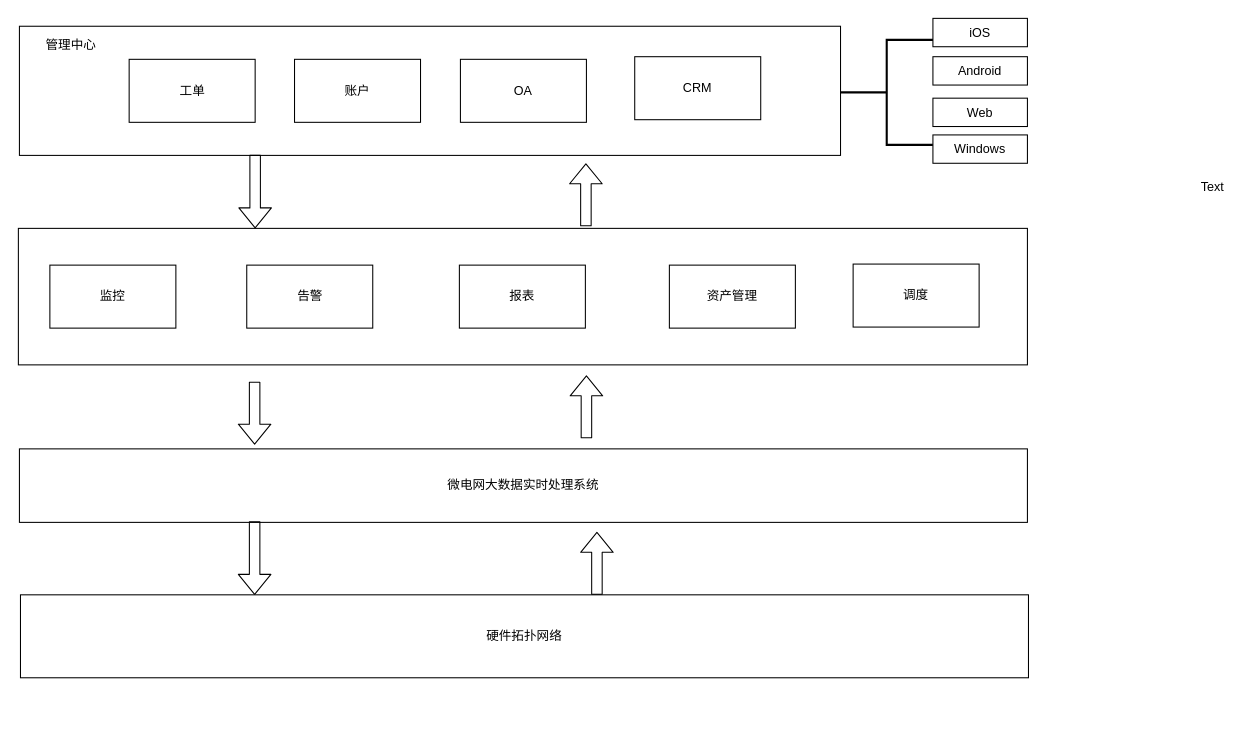
The draw.io diagram page "产品 - 简版" (3 of 4) of microgrid.drawio in Standstill/DrawIO, before the edit. Source tidied: cells renumbered, new cells numbered last; positions are measured from the earlier drawing's top-left corner, leaving out a move shared by most shapes. Both pictures are drawn from the tidied source at 105%, with x=0, y=0 at pixel (18, 18).
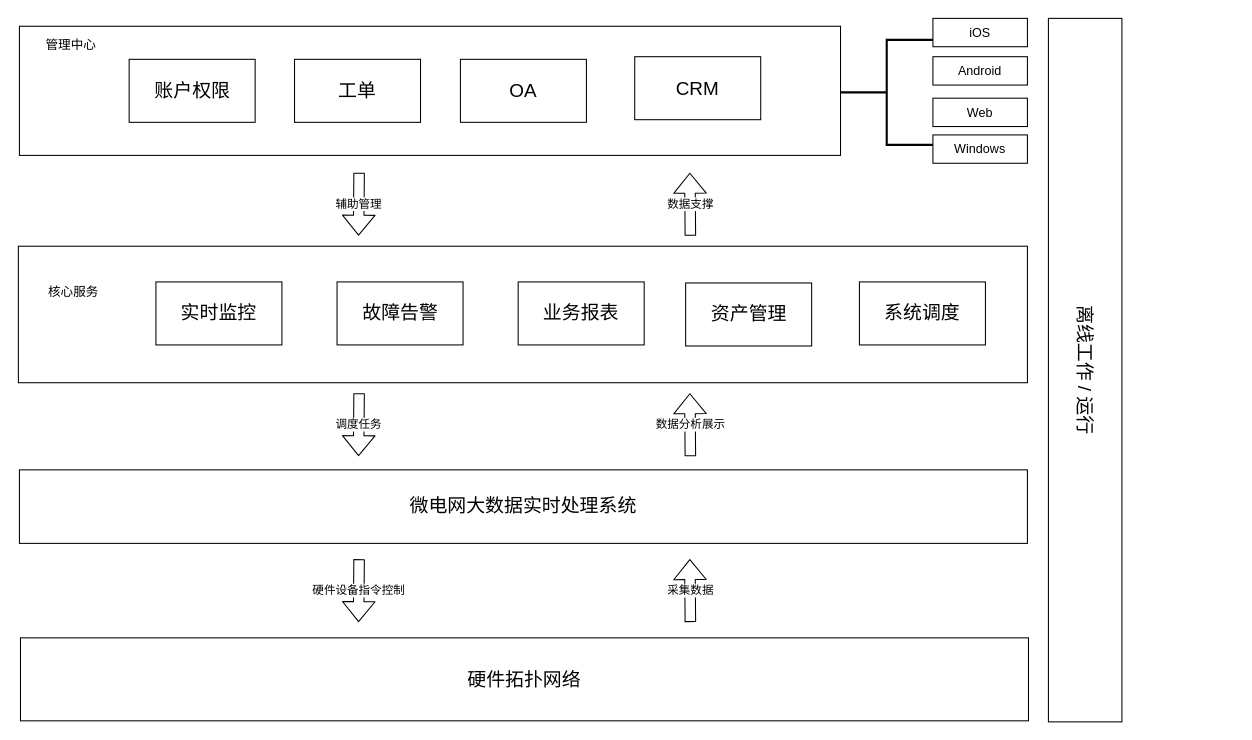
The same page after the edit.

What changed in the source:
```diff
@@
-    <mxCell id="2" value="硬件拓扑网络" style="rounded=0;whiteSpace=wrap;html=1;" parent="1" vertex="1">
-      <mxGeometry x="2" y="549" width="960" height="79" as="geometry" />
+    <mxCell id="2" value="硬件拓扑网络" style="rounded=0;whiteSpace=wrap;html=1;fontSize=18;" parent="1" vertex="1">
+      <mxGeometry x="2" y="590" width="960" height="79" as="geometry" />
     </mxCell>
@@
-    <mxCell id="4" value="工单" style="rounded=0;whiteSpace=wrap;html=1;" parent="1" vertex="1">
+    <mxCell id="4" value="账户权限" style="rounded=0;whiteSpace=wrap;html=1;fontSize=18;" parent="1" vertex="1">
       <mxGeometry x="105.5" y="39" width="120" height="60" as="geometry" />
     </mxCell>
-    <mxCell id="5" value="账户" style="rounded=0;whiteSpace=wrap;html=1;" parent="1" vertex="1">
+    <mxCell id="5" value="&lt;span style=&quot;white-space: normal; font-size: 18px;&quot;&gt;工单&lt;/span&gt;" style="rounded=0;whiteSpace=wrap;html=1;fontSize=18;" parent="1" vertex="1">
       <mxGeometry x="263" y="39" width="120" height="60" as="geometry" />
     </mxCell>
-    <mxCell id="6" value="OA" style="rounded=0;whiteSpace=wrap;html=1;" parent="1" vertex="1">
+    <mxCell id="6" value="OA" style="rounded=0;whiteSpace=wrap;html=1;fontSize=18;" parent="1" vertex="1">
       <mxGeometry x="421" y="39" width="120" height="60" as="geometry" />
     </mxCell>
-    <mxCell id="7" value="CRM" style="rounded=0;whiteSpace=wrap;html=1;" parent="1" vertex="1">
+    <mxCell id="7" value="CRM" style="rounded=0;whiteSpace=wrap;html=1;fontSize=18;" parent="1" vertex="1">
       <mxGeometry x="587" y="36.5" width="120" height="60" as="geometry" />
     </mxCell>
@@
-    <mxCell id="9" value="微电网大数据实时处理系统" style="rounded=0;whiteSpace=wrap;html=1;" parent="1" vertex="1">
-      <mxGeometry x="1" y="410" width="960" height="70" as="geometry" />
+    <mxCell id="9" value="微电网大数据实时处理系统" style="rounded=0;whiteSpace=wrap;html=1;fontSize=18;" parent="1" vertex="1">
+      <mxGeometry x="1" y="430" width="960" height="70" as="geometry" />
     </mxCell>
-    <mxCell id="10" style="rounded=0;whiteSpace=wrap;html=1;" parent="1" vertex="1">
-      <mxGeometry y="200" width="961" height="130" as="geometry" />
+    <mxCell id="10" value="&amp;nbsp; &amp;nbsp; &amp;nbsp; &amp;nbsp; 核心服务&lt;br&gt;&lt;br&gt;&lt;br&gt;&lt;br&gt;" style="rounded=0;whiteSpace=wrap;html=1;align=left;" parent="1" vertex="1">
+      <mxGeometry y="217" width="961" height="130" as="geometry" />
     </mxCell>
-    <mxCell id="11" value="监控" style="rounded=0;whiteSpace=wrap;html=1;" parent="1" vertex="1">
-      <mxGeometry x="30" y="235" width="120" height="60" as="geometry" />
+    <mxCell id="11" value="实时监控" style="rounded=0;whiteSpace=wrap;html=1;fontSize=18;" parent="1" vertex="1">
+      <mxGeometry x="131" y="251" width="120" height="60" as="geometry" />
     </mxCell>
-    <mxCell id="12" value="告警" style="rounded=0;whiteSpace=wrap;html=1;" parent="1" vertex="1">
-      <mxGeometry x="217.5" y="235" width="120" height="60" as="geometry" />
+    <mxCell id="12" value="故障告警" style="rounded=0;whiteSpace=wrap;html=1;fontSize=18;" parent="1" vertex="1">
+      <mxGeometry x="303.5" y="251" width="120" height="60" as="geometry" />
     </mxCell>
-    <mxCell id="13" value="报表" style="rounded=0;whiteSpace=wrap;html=1;" parent="1" vertex="1">
-      <mxGeometry x="420" y="235" width="120" height="60" as="geometry" />
+    <mxCell id="13" value="业务报表" style="rounded=0;whiteSpace=wrap;html=1;fontSize=18;" parent="1" vertex="1">
+      <mxGeometry x="476" y="251" width="120" height="60" as="geometry" />
     </mxCell>
-    <mxCell id="14" value="资产管理" style="rounded=0;whiteSpace=wrap;html=1;" parent="1" vertex="1">
-      <mxGeometry x="620" y="235" width="120" height="60" as="geometry" />
+    <mxCell id="14" value="资产管理" style="rounded=0;whiteSpace=wrap;html=1;fontSize=18;" parent="1" vertex="1">
+      <mxGeometry x="635.5" y="252" width="120" height="60" as="geometry" />
     </mxCell>
-    <mxCell id="15" value="调度" style="rounded=0;whiteSpace=wrap;html=1;" parent="1" vertex="1">
-      <mxGeometry x="795" y="234" width="120" height="60" as="geometry" />
+    <mxCell id="15" value="系统调度" style="rounded=0;whiteSpace=wrap;html=1;fontSize=18;" parent="1" vertex="1">
+      <mxGeometry x="801" y="251" width="120" height="60" as="geometry" />
     </mxCell>
@@
-    <mxCell id="20" value="Text" style="text;html=1;align=center;verticalAlign=middle;" parent="1" vertex="1">
-      <mxGeometry x="1117" y="151" width="40" height="20" as="geometry" />
-    </mxCell>
-    <mxCell id="21" style="shape=flexArrow;endArrow=classic;html=1;" parent="1" edge="1">
+    <mxCell id="21" value="数据支撑" style="shape=flexArrow;endArrow=classic;html=1;" parent="1" edge="1">
       <mxGeometry relative="1" as="geometry">
-        <mxPoint x="540.5" y="198" as="sourcePoint" />
-        <mxPoint x="540.5" y="138" as="targetPoint" />
+        <mxPoint x="640" y="207" as="sourcePoint" />
+        <mxPoint x="639.5" y="147" as="targetPoint" />
       </mxGeometry>
     </mxCell>
-    <mxCell id="22" style="shape=flexArrow;endArrow=classic;html=1;" parent="1" edge="1">
-      <mxGeometry relative="1" as="geometry">
-        <mxPoint x="541" y="400" as="sourcePoint" />
-        <mxPoint x="541" y="340" as="targetPoint" />
-      </mxGeometry>
-    </mxCell>
-    <mxCell id="23" style="shape=flexArrow;endArrow=classic;html=1;" parent="1" edge="1">
-      <mxGeometry relative="1" as="geometry">
-        <mxPoint x="551" y="549" as="sourcePoint" />
-        <mxPoint x="551" y="489" as="targetPoint" />
-      </mxGeometry>
-    </mxCell>
-    <mxCell id="24" style="shape=flexArrow;endArrow=classic;html=1;" parent="1" edge="1">
+    <mxCell id="24" value="辅助管理" style="shape=flexArrow;endArrow=classic;html=1;" parent="1" edge="1">
       <mxGeometry relative="1" as="geometry">
-        <mxPoint x="225.5" y="130" as="sourcePoint" />
-        <mxPoint x="225.5" y="200" as="targetPoint" />
+        <mxPoint x="324.5" y="147" as="sourcePoint" />
+        <mxPoint x="324" y="207" as="targetPoint" />
       </mxGeometry>
     </mxCell>
-    <mxCell id="25" style="shape=flexArrow;endArrow=classic;html=1;" parent="1" edge="1">
-      <mxGeometry relative="1" as="geometry">
-        <mxPoint x="225" y="346" as="sourcePoint" />
-        <mxPoint x="225" y="406" as="targetPoint" />
-      </mxGeometry>
-    </mxCell>
-    <mxCell id="26" style="shape=flexArrow;endArrow=classic;html=1;" parent="1" edge="1">
-      <mxGeometry relative="1" as="geometry">
-        <mxPoint x="225" y="479" as="sourcePoint" />
-        <mxPoint x="225" y="549" as="targetPoint" />
-      </mxGeometry>
-    </mxCell>
+    <mxCell id="27" value="数据分析展示" style="shape=flexArrow;endArrow=classic;html=1;" parent="1" edge="1">
+      <mxGeometry relative="1" as="geometry">
+        <mxPoint x="640" y="417" as="sourcePoint" />
+        <mxPoint x="639.5" y="357" as="targetPoint" />
+      </mxGeometry>
+    </mxCell>
+    <mxCell id="28" value="调度任务" style="shape=flexArrow;endArrow=classic;html=1;" parent="1" edge="1">
+      <mxGeometry relative="1" as="geometry">
+        <mxPoint x="324.5" y="357" as="sourcePoint" />
+        <mxPoint x="324" y="417" as="targetPoint" />
+      </mxGeometry>
+    </mxCell>
+    <mxCell id="29" value="采集数据" style="shape=flexArrow;endArrow=classic;html=1;" parent="1" edge="1">
+      <mxGeometry relative="1" as="geometry">
+        <mxPoint x="640" y="575" as="sourcePoint" />
+        <mxPoint x="639.5" y="515" as="targetPoint" />
+      </mxGeometry>
+    </mxCell>
+    <mxCell id="30" value="硬件设备指令控制" style="shape=flexArrow;endArrow=classic;html=1;" parent="1" edge="1">
+      <mxGeometry relative="1" as="geometry">
+        <mxPoint x="324.5" y="515" as="sourcePoint" />
+        <mxPoint x="324" y="575" as="targetPoint" />
+      </mxGeometry>
+    </mxCell>
+    <mxCell id="31" value="离线工作 / 运行" style="rounded=0;html=1;whiteSpace=wrap;horizontal=0;rotation=-180;fontSize=18;" parent="1" vertex="1">
+      <mxGeometry x="981" width="70" height="670" as="geometry" />
+    </mxCell>
```
